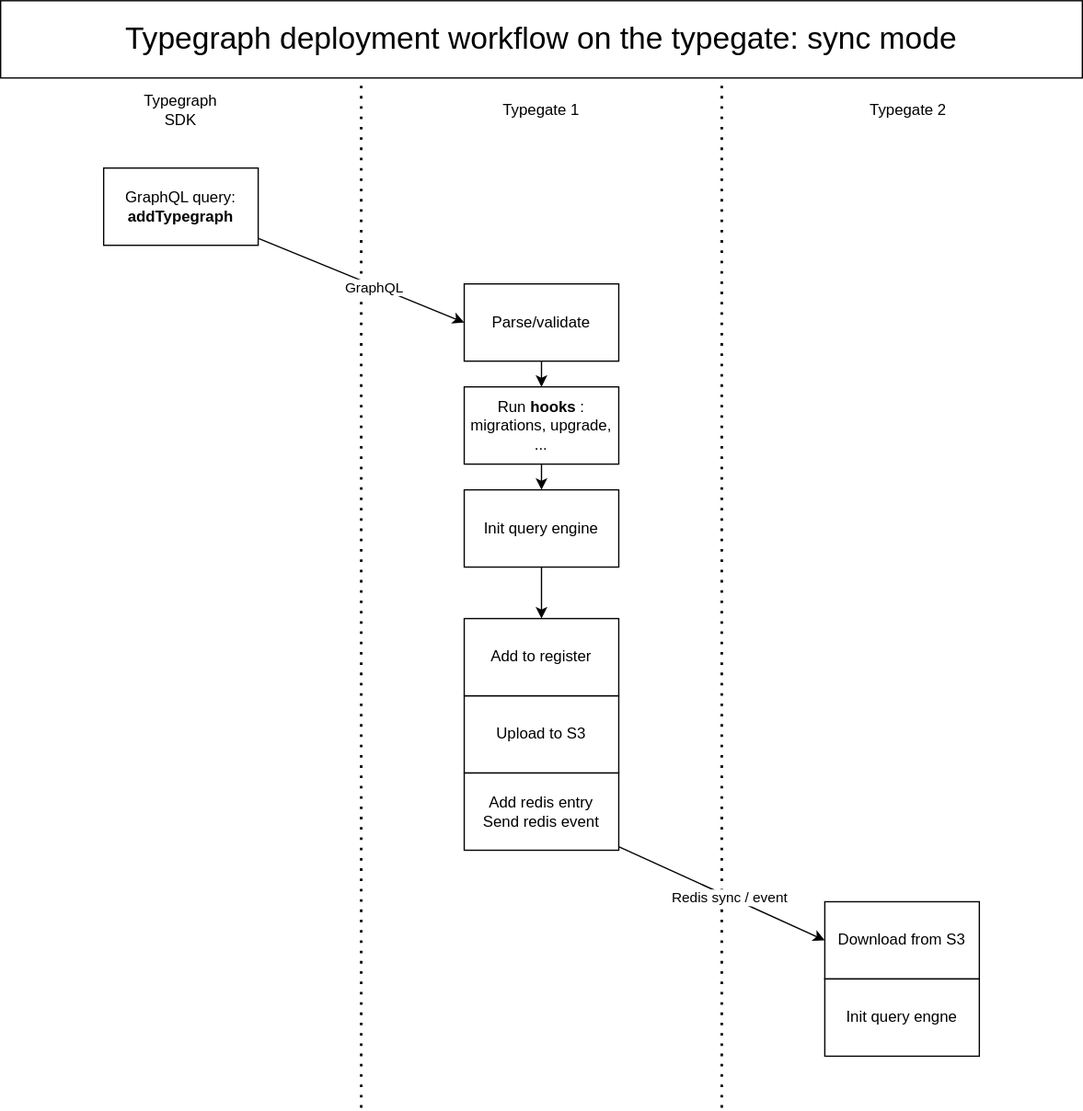
Before: docs/workflows/typegraph_deployment.drawio.svg, a diagram exported from draw.io (metatypedev/metatype). Source tidied: cells renumbered, new cells last; positions are measured from the earlier drawing's top-left corner, leaving out a move shared by most shapes.
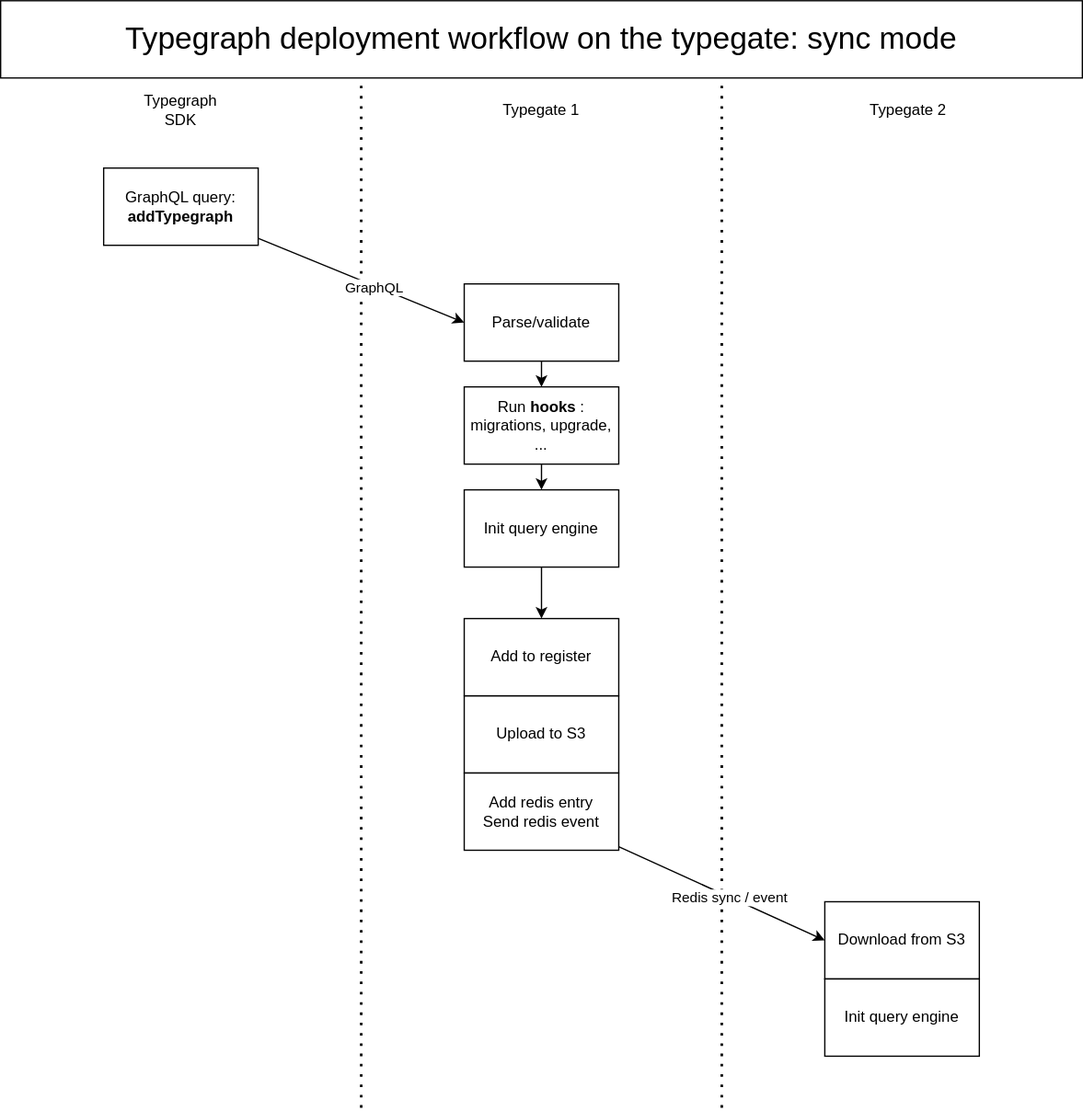
After the change.

What changed in the source:
```diff
@@ -71,7 +71,7 @@
     <mxCell id="22" value="Download from S3" style="rounded=0;whiteSpace=wrap;html=1;" parent="1" vertex="1">
       <mxGeometry x="640" y="700" width="120" height="60" as="geometry" />
     </mxCell>
-    <mxCell id="23" value="Init query engne" style="rounded=0;whiteSpace=wrap;html=1;" parent="1" vertex="1">
+    <mxCell id="23" value="Init query engine" style="rounded=0;whiteSpace=wrap;html=1;" parent="1" vertex="1">
       <mxGeometry x="640" y="760" width="120" height="60" as="geometry" />
     </mxCell>
   </root>
```
